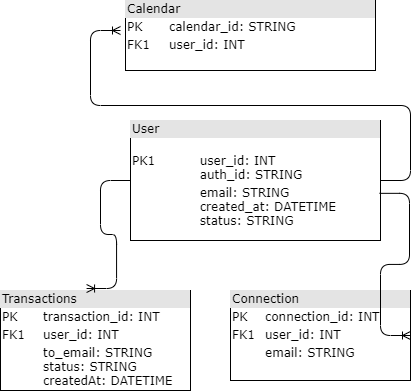
Before: db_schema.png, a diagram exported from draw.io (sheensantoscapadngan/auto-calendar). Source tidied: cells renumbered, new cells last; positions are measured from the earlier drawing's top-left corner, leaving out a move shared by most shapes.
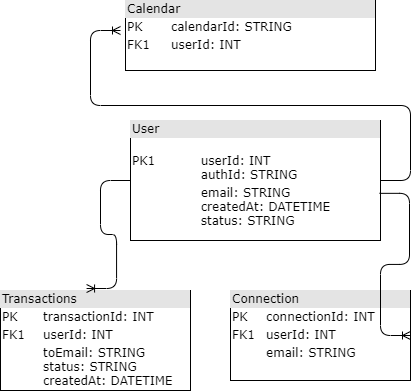
Later version of the same file.

Change to the diagram source:
```diff
@@ -2,13 +2,13 @@
   <root>
     <mxCell id="0" />
     <mxCell id="1" parent="0" />
-    <mxCell id="2" value="&lt;div style=&quot;box-sizing: border-box ; width: 100% ; background: #e4e4e4 ; padding: 2px&quot;&gt;User&lt;/div&gt;&lt;table style=&quot;width: 100% ; font-size: 1em&quot; cellpadding=&quot;2&quot; cellspacing=&quot;0&quot;&gt;&lt;tbody&gt;&lt;tr&gt;&lt;td&gt;PK1&lt;/td&gt;&lt;td&gt;&lt;span style=&quot;white-space: pre&quot;&gt;&#9;&lt;/span&gt;&lt;br&gt;&lt;span style=&quot;white-space: pre&quot;&gt;&#9;&lt;/span&gt;user_id: INT&lt;br&gt;&lt;span style=&quot;white-space: pre&quot;&gt;&#9;&lt;/span&gt;auth_id: STRING&lt;br&gt;&lt;/td&gt;&lt;/tr&gt;&lt;tr&gt;&lt;td&gt;&lt;br&gt;&lt;/td&gt;&lt;td&gt;&lt;span style=&quot;white-space: pre&quot;&gt;&#9;&lt;/span&gt;email: STRING&lt;br&gt;&lt;span style=&quot;white-space: pre&quot;&gt;&#9;&lt;/span&gt;created_at: DATETIME&lt;br&gt;&lt;span style=&quot;white-space: pre&quot;&gt;&#9;&lt;/span&gt;status: STRING&lt;br&gt;&lt;br&gt;&lt;span style=&quot;white-space: pre&quot;&gt;&lt;span style=&quot;white-space: pre&quot;&gt;&lt;span style=&quot;white-space: pre&quot;&gt;&lt;span style=&quot;white-space: pre&quot;&gt;&#9;&lt;/span&gt;&#9;&lt;/span&gt;&lt;br&gt;&lt;span style=&quot;white-space: pre&quot;&gt;&#9;&lt;/span&gt;&#9;&lt;/span&gt;&lt;/span&gt;&amp;nbsp;&amp;nbsp;&lt;span style=&quot;white-space: pre&quot;&gt;&#9;&lt;/span&gt;&lt;br&gt;&lt;br&gt;&lt;/td&gt;&lt;/tr&gt;&lt;/tbody&gt;&lt;/table&gt;" style="verticalAlign=top;align=left;overflow=fill;html=1;rounded=0;shadow=0;comic=0;labelBackgroundColor=none;strokeWidth=1;fontFamily=Verdana;fontSize=12;" parent="1" vertex="1">
+    <mxCell id="2" value="&lt;div style=&quot;box-sizing: border-box ; width: 100% ; background: #e4e4e4 ; padding: 2px&quot;&gt;User&lt;/div&gt;&lt;table style=&quot;width: 100% ; font-size: 1em&quot; cellpadding=&quot;2&quot; cellspacing=&quot;0&quot;&gt;&lt;tbody&gt;&lt;tr&gt;&lt;td&gt;PK1&lt;/td&gt;&lt;td&gt;&lt;span style=&quot;white-space: pre&quot;&gt;&#9;&lt;/span&gt;&lt;br&gt;&lt;span style=&quot;white-space: pre&quot;&gt;&#9;&lt;/span&gt;userId: INT&lt;br&gt;&lt;span style=&quot;white-space: pre&quot;&gt;&#9;&lt;/span&gt;authId: STRING&lt;br&gt;&lt;/td&gt;&lt;/tr&gt;&lt;tr&gt;&lt;td&gt;&lt;br&gt;&lt;/td&gt;&lt;td&gt;&lt;span style=&quot;white-space: pre&quot;&gt;&#9;&lt;/span&gt;email: STRING&lt;br&gt;&lt;span style=&quot;white-space: pre&quot;&gt;&#9;&lt;/span&gt;createdAt: DATETIME&lt;br&gt;&lt;span style=&quot;white-space: pre&quot;&gt;&#9;&lt;/span&gt;status: STRING&lt;br&gt;&lt;br&gt;&lt;span style=&quot;white-space: pre&quot;&gt;&lt;span style=&quot;white-space: pre&quot;&gt;&lt;span style=&quot;white-space: pre&quot;&gt;&lt;span style=&quot;white-space: pre&quot;&gt;&#9;&lt;/span&gt;&#9;&lt;/span&gt;&lt;br&gt;&lt;span style=&quot;white-space: pre&quot;&gt;&#9;&lt;/span&gt;&#9;&lt;/span&gt;&lt;/span&gt;&amp;nbsp;&amp;nbsp;&lt;span style=&quot;white-space: pre&quot;&gt;&#9;&lt;/span&gt;&lt;br&gt;&lt;br&gt;&lt;/td&gt;&lt;/tr&gt;&lt;/tbody&gt;&lt;/table&gt;" style="verticalAlign=top;align=left;overflow=fill;html=1;rounded=0;shadow=0;comic=0;labelBackgroundColor=none;strokeWidth=1;fontFamily=Verdana;fontSize=12;" parent="1" vertex="1">
       <mxGeometry x="130" y="120" width="250" height="120" as="geometry" />
     </mxCell>
-    <mxCell id="3" value="&lt;div style=&quot;box-sizing: border-box ; width: 100% ; background: #e4e4e4 ; padding: 2px&quot;&gt;Calendar&lt;/div&gt;&lt;table style=&quot;width: 100% ; font-size: 1em&quot; cellpadding=&quot;2&quot; cellspacing=&quot;0&quot;&gt;&lt;tbody&gt;&lt;tr&gt;&lt;td&gt;PK&lt;/td&gt;&lt;td&gt;calendar_id: STRING&lt;/td&gt;&lt;/tr&gt;&lt;tr&gt;&lt;td&gt;FK1&lt;/td&gt;&lt;td&gt;user_id: INT&lt;/td&gt;&lt;/tr&gt;&lt;/tbody&gt;&lt;/table&gt;&amp;nbsp;" style="verticalAlign=top;align=left;overflow=fill;html=1;rounded=0;shadow=0;comic=0;labelBackgroundColor=none;strokeWidth=1;fontFamily=Verdana;fontSize=12;" parent="1" vertex="1">
+    <mxCell id="3" value="&lt;div style=&quot;box-sizing: border-box ; width: 100% ; background: #e4e4e4 ; padding: 2px&quot;&gt;Calendar&lt;/div&gt;&lt;table style=&quot;width: 100% ; font-size: 1em&quot; cellpadding=&quot;2&quot; cellspacing=&quot;0&quot;&gt;&lt;tbody&gt;&lt;tr&gt;&lt;td&gt;PK&lt;/td&gt;&lt;td&gt;calendarId: STRING&lt;/td&gt;&lt;/tr&gt;&lt;tr&gt;&lt;td&gt;FK1&lt;/td&gt;&lt;td&gt;userId: INT&lt;/td&gt;&lt;/tr&gt;&lt;/tbody&gt;&lt;/table&gt;&amp;nbsp;" style="verticalAlign=top;align=left;overflow=fill;html=1;rounded=0;shadow=0;comic=0;labelBackgroundColor=none;strokeWidth=1;fontFamily=Verdana;fontSize=12;" parent="1" vertex="1">
       <mxGeometry x="125" width="250" height="70" as="geometry" />
     </mxCell>
-    <mxCell id="4" value="&lt;div style=&quot;box-sizing: border-box ; width: 100% ; background: #e4e4e4 ; padding: 2px&quot;&gt;Connection&lt;/div&gt;&lt;table style=&quot;width: 100% ; font-size: 1em&quot; cellpadding=&quot;2&quot; cellspacing=&quot;0&quot;&gt;&lt;tbody&gt;&lt;tr&gt;&lt;td&gt;PK&lt;/td&gt;&lt;td&gt;connection_id: INT&lt;/td&gt;&lt;/tr&gt;&lt;tr&gt;&lt;td&gt;FK1&lt;/td&gt;&lt;td&gt;user_id: INT&lt;/td&gt;&lt;/tr&gt;&lt;tr&gt;&lt;td&gt;&lt;/td&gt;&lt;td&gt;email: STRING&lt;/td&gt;&lt;/tr&gt;&lt;/tbody&gt;&lt;/table&gt;" style="verticalAlign=top;align=left;overflow=fill;html=1;rounded=0;shadow=0;comic=0;labelBackgroundColor=none;strokeWidth=1;fontFamily=Verdana;fontSize=12;" parent="1" vertex="1">
+    <mxCell id="4" value="&lt;div style=&quot;box-sizing: border-box ; width: 100% ; background: #e4e4e4 ; padding: 2px&quot;&gt;Connection&lt;/div&gt;&lt;table style=&quot;width: 100% ; font-size: 1em&quot; cellpadding=&quot;2&quot; cellspacing=&quot;0&quot;&gt;&lt;tbody&gt;&lt;tr&gt;&lt;td&gt;PK&lt;/td&gt;&lt;td&gt;connectionId: INT&lt;/td&gt;&lt;/tr&gt;&lt;tr&gt;&lt;td&gt;FK1&lt;/td&gt;&lt;td&gt;userId: INT&lt;/td&gt;&lt;/tr&gt;&lt;tr&gt;&lt;td&gt;&lt;/td&gt;&lt;td&gt;email: STRING&lt;/td&gt;&lt;/tr&gt;&lt;/tbody&gt;&lt;/table&gt;" style="verticalAlign=top;align=left;overflow=fill;html=1;rounded=0;shadow=0;comic=0;labelBackgroundColor=none;strokeWidth=1;fontFamily=Verdana;fontSize=12;" parent="1" vertex="1">
       <mxGeometry x="230" y="290" width="180" height="90" as="geometry" />
     </mxCell>
     <mxCell id="5" style="edgeStyle=entityRelationEdgeStyle;fontSize=12;html=1;endArrow=ERoneToMany;exitX=0.996;exitY=0.607;exitDx=0;exitDy=0;exitPerimeter=0;entryX=1;entryY=0.5;entryDx=0;entryDy=0;" parent="1" edge="1" source="2" target="4">
@@ -19,7 +19,7 @@
         <mxPoint x="120" y="30" as="targetPoint" />
       </mxGeometry>
     </mxCell>
-    <mxCell id="7" value="&lt;div style=&quot;box-sizing: border-box ; width: 100% ; background: #e4e4e4 ; padding: 2px&quot;&gt;Transactions&lt;/div&gt;&lt;table style=&quot;width: 100% ; font-size: 1em&quot; cellpadding=&quot;2&quot; cellspacing=&quot;0&quot;&gt;&lt;tbody&gt;&lt;tr&gt;&lt;td&gt;PK&lt;/td&gt;&lt;td&gt;transaction_id: INT&lt;/td&gt;&lt;/tr&gt;&lt;tr&gt;&lt;td&gt;FK1&lt;/td&gt;&lt;td&gt;user_id: INT&lt;/td&gt;&lt;/tr&gt;&lt;tr&gt;&lt;td&gt;&lt;span style=&quot;white-space: pre&quot;&gt;&#9;&lt;/span&gt;&lt;br&gt;&lt;/td&gt;&lt;td&gt;to_email: STRING&lt;br&gt;status: STRING&lt;br&gt;createdAt: DATETIME&lt;/td&gt;&lt;/tr&gt;&lt;/tbody&gt;&lt;/table&gt;" style="verticalAlign=top;align=left;overflow=fill;html=1;rounded=0;shadow=0;comic=0;labelBackgroundColor=none;strokeWidth=1;fontFamily=Verdana;fontSize=12;" parent="1" vertex="1">
+    <mxCell id="7" value="&lt;div style=&quot;box-sizing: border-box ; width: 100% ; background: #e4e4e4 ; padding: 2px&quot;&gt;Transactions&lt;/div&gt;&lt;table style=&quot;width: 100% ; font-size: 1em&quot; cellpadding=&quot;2&quot; cellspacing=&quot;0&quot;&gt;&lt;tbody&gt;&lt;tr&gt;&lt;td&gt;PK&lt;/td&gt;&lt;td&gt;transactionId: INT&lt;/td&gt;&lt;/tr&gt;&lt;tr&gt;&lt;td&gt;FK1&lt;/td&gt;&lt;td&gt;userId: INT&lt;/td&gt;&lt;/tr&gt;&lt;tr&gt;&lt;td&gt;&lt;span style=&quot;white-space: pre&quot;&gt;&#9;&lt;/span&gt;&lt;br&gt;&lt;/td&gt;&lt;td&gt;toEmail: STRING&lt;br&gt;status: STRING&lt;br&gt;createdAt: DATETIME&lt;/td&gt;&lt;/tr&gt;&lt;/tbody&gt;&lt;/table&gt;" style="verticalAlign=top;align=left;overflow=fill;html=1;rounded=0;shadow=0;comic=0;labelBackgroundColor=none;strokeWidth=1;fontFamily=Verdana;fontSize=12;" parent="1" vertex="1">
       <mxGeometry y="290" width="190" height="100" as="geometry" />
     </mxCell>
     <mxCell id="8" style="edgeStyle=entityRelationEdgeStyle;fontSize=12;html=1;endArrow=ERoneToMany;exitX=0;exitY=0.5;exitDx=0;exitDy=0;entryX=0.453;entryY=-0.02;entryDx=0;entryDy=0;entryPerimeter=0;" parent="1" edge="1" source="2" target="7">
```
